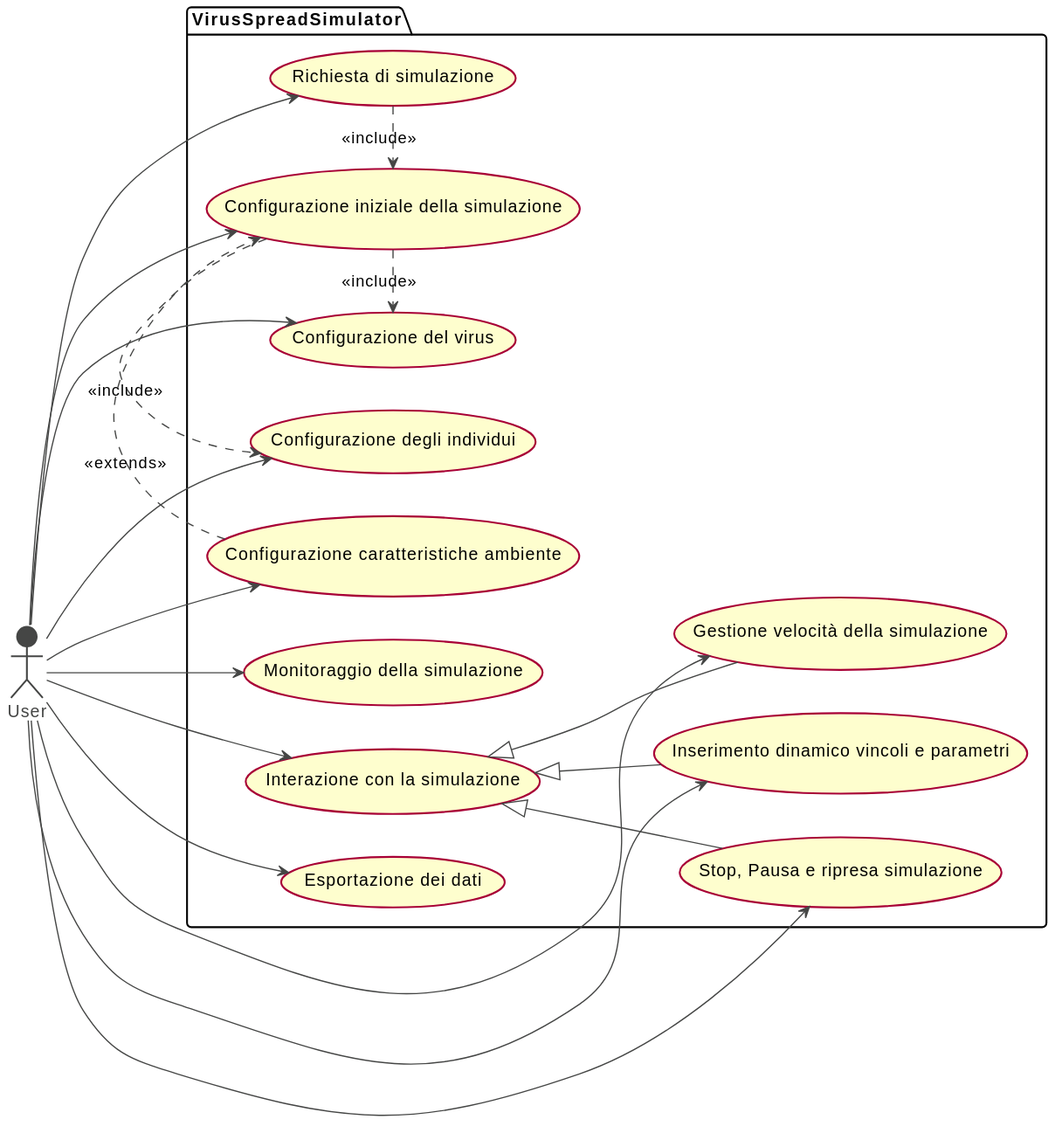
Above: doc/report/imgs/use_case.svg in VirusSpreadSimulator/PPS-22-virsim (PlantUML), before the change.
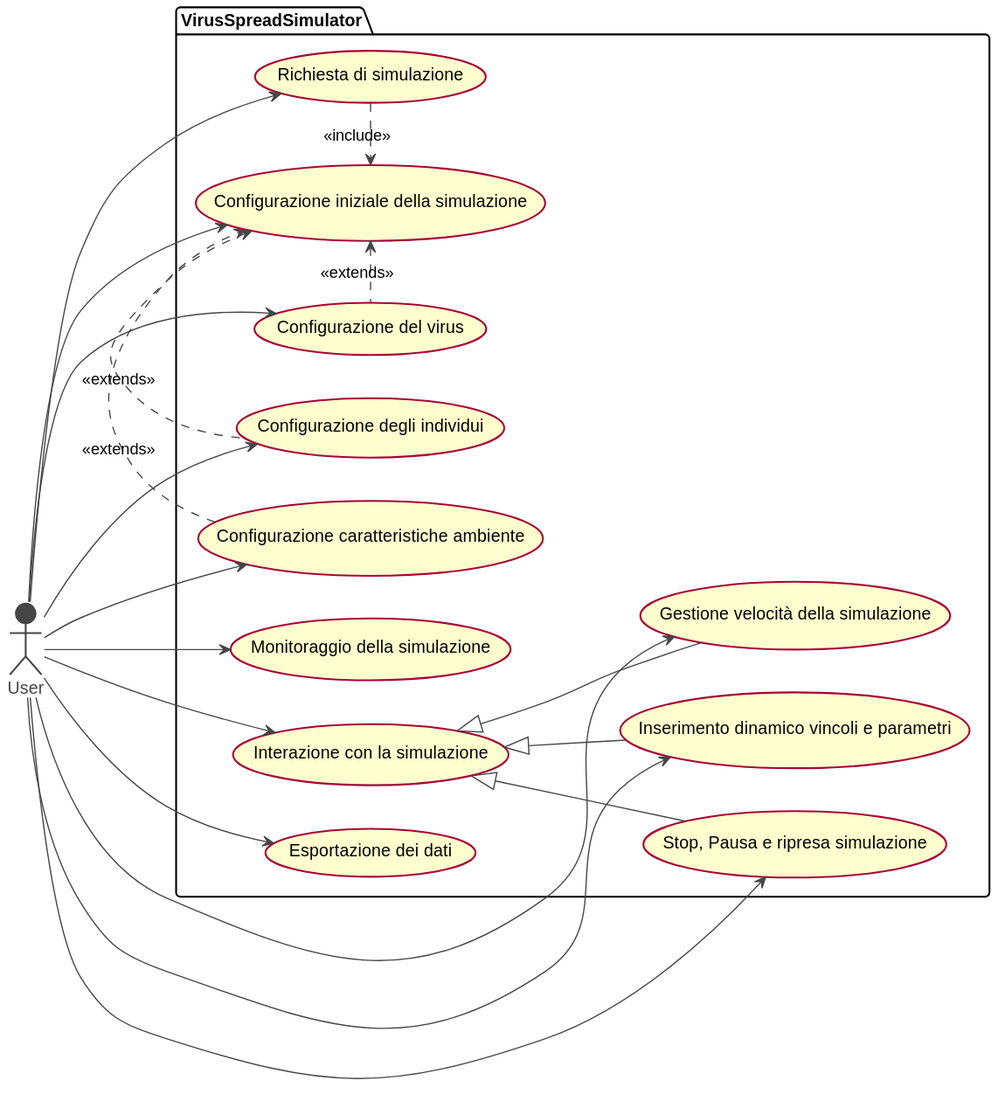
The same file after the commit.

Commit message:
chore: edit use case diagram

What changed in the source:
```diff
@@ -21,8 +21,8 @@
 }
 
 RIC_SIM .> CONF_SIM : <<include>>
-CONF_SIM .> CONF_VIR : <<include>>
-CONF_SIM .> CONF_IND : <<include>>
+CONF_SIM <. CONF_VIR : <<extends>>
+CONF_SIM <. CONF_IND : <<extends>>
 CONF_ENV .> CONF_SIM : <<extends>>
 
 INT_SIM <|-- SPEED
```
